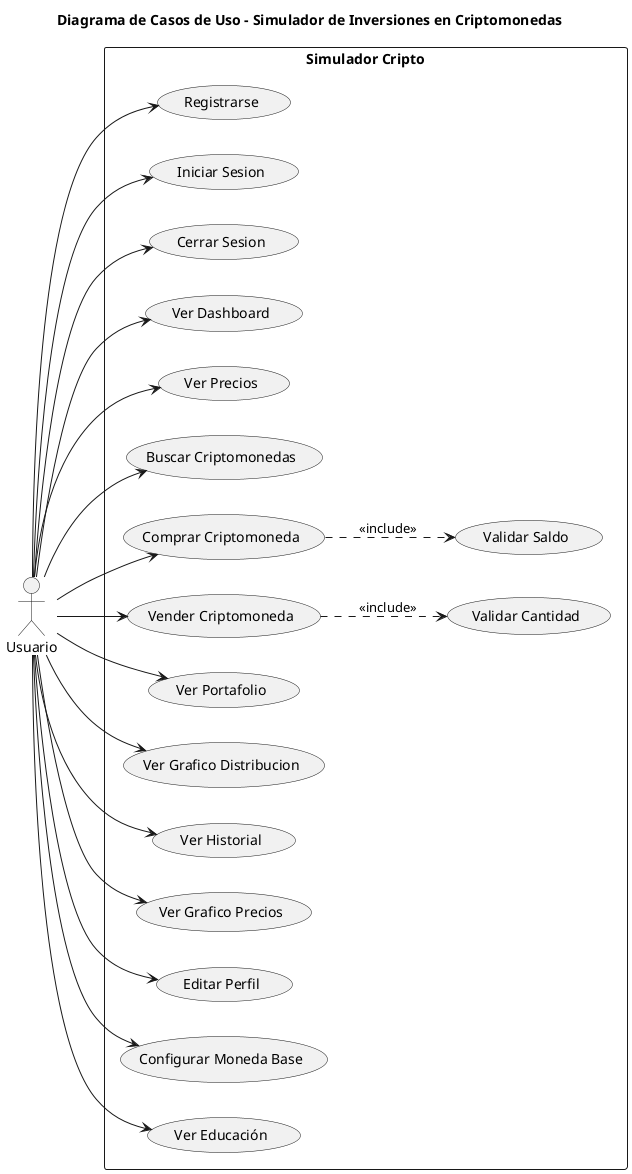
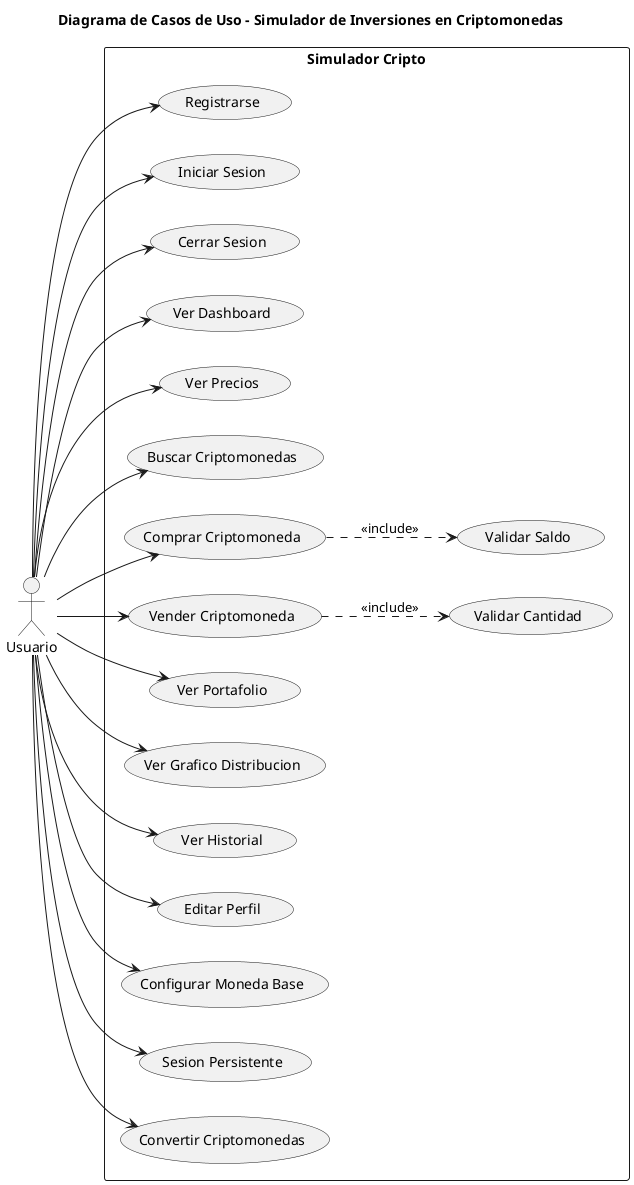
@startuml
title Diagrama de Casos de Uso - Simulador de Inversiones en Criptomonedas

left to right direction
actor "Usuario" as U

rectangle "Simulador Cripto" {
  usecase "Registrarse" as UC01
  usecase "Iniciar Sesion" as UC02
  usecase "Cerrar Sesion" as UC17
  usecase "Ver Dashboard" as UC19
  usecase "Ver Precios" as UC02b
  usecase "Buscar Criptomonedas" as UC10
  usecase "Comprar Criptomoneda" as UC03
  usecase "Vender Criptomoneda" as UC04
  usecase "Ver Portafolio" as UC05
  usecase "Ver Grafico Distribucion" as UC09
  usecase "Ver Historial" as UC06
-   usecase "Ver Grafico Precios" as UC13
  usecase "Editar Perfil" as UC11
  usecase "Configurar Moneda Base" as UC12
-   usecase "Ver Educación" as UC20
+   usecase "Sesion Persistente" as UC20
+   usecase "Convertir Criptomonedas" as UC11b
  usecase "Validar Saldo" as UC07
  usecase "Validar Cantidad" as UC08
}

U --> UC01
U --> UC02
U --> UC17
U --> UC19
U --> UC02b
U --> UC10
U --> UC03
U --> UC04
U --> UC05
U --> UC09
U --> UC06
- U --> UC13
U --> UC11
U --> UC12
U --> UC20
+ U --> UC11b

UC03 ..> UC07 : <<include>>
UC04 ..> UC08 : <<include>>

@enduml
